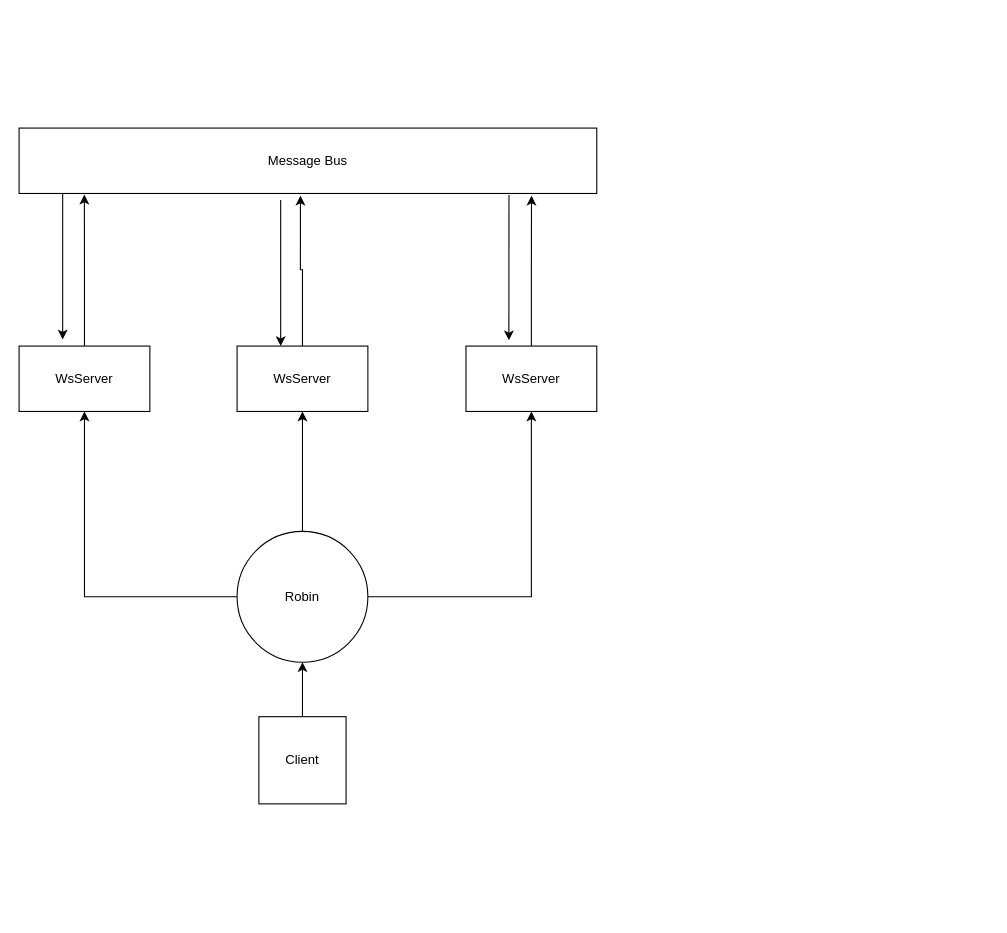
Above: Диаграмма без названия.drawio in Refreezer/diagrams (draw.io), before the change. Source tidied: cells renumbered, new cells numbered last; positions are measured from the earlier drawing's top-left corner, leaving out a move shared by most shapes. Both pictures are drawn from the tidied source at 109%, with x=0, y=0 at pixel (19, 128).
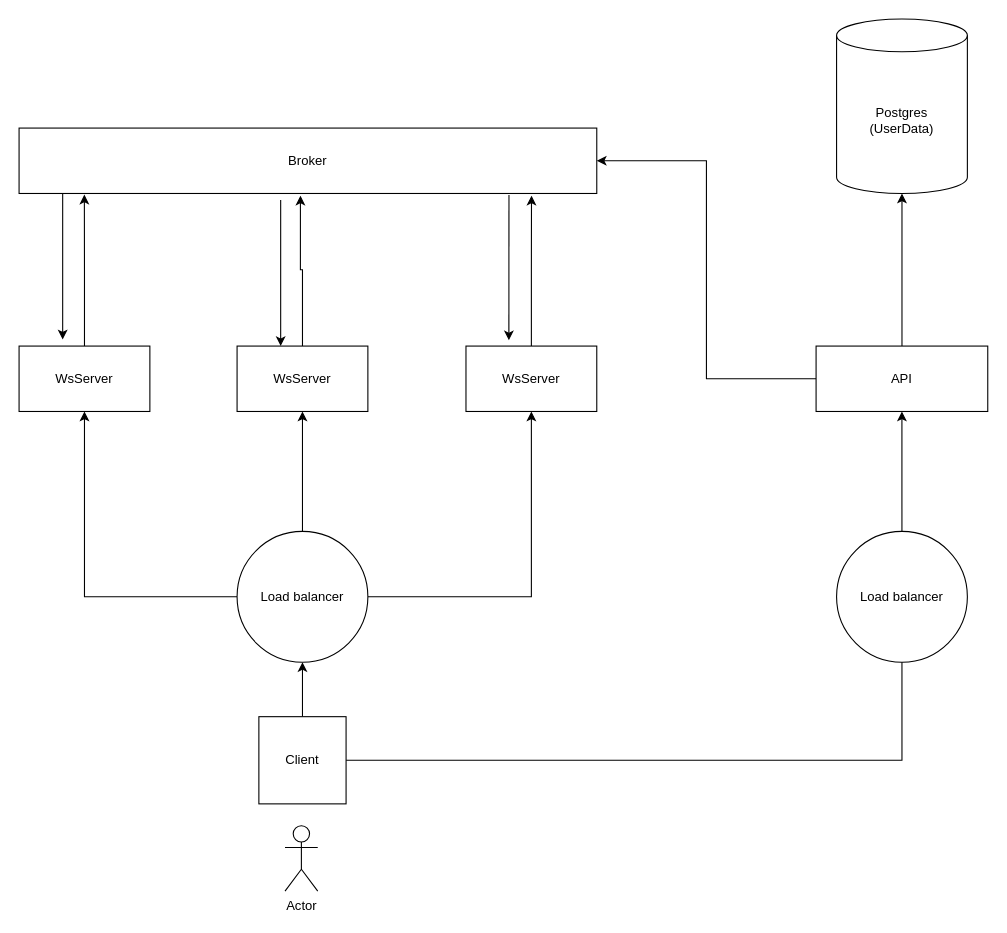
Above is the later version.

The change refers to these unchanged cells:
```xml
<mxCell id="6" value="Client" style="whiteSpace=wrap;html=1;" parent="1" vertex="1">
  <mxGeometry x="220" y="540" width="80" height="80" as="geometry" />
</mxCell>
```

Change to the diagram source:
```diff
@@
+    <mxCell id="18" style="edgeStyle=orthogonalEdgeStyle;rounded=0;jettySize=auto;html=1;entryX=1;entryY=0.5;entryDx=0;entryDy=0;" parent="1" edge="1" source="6" target="22">
+      <mxGeometry relative="1" as="geometry" />
+    </mxCell>
@@
-    <mxCell id="7" value="Message Bus" style="rounded=0;whiteSpace=wrap;html=1;" parent="1" vertex="1">
+    <mxCell id="7" value="Broker" style="rounded=0;whiteSpace=wrap;html=1;" parent="1" vertex="1">
       <mxGeometry width="530" height="60" as="geometry" />
     </mxCell>
@@
-    <mxCell id="17" value="Robin" style="ellipse;whiteSpace=wrap;html=1;" parent="1" vertex="1">
+    <mxCell id="17" value="Load balancer" style="ellipse;whiteSpace=wrap;html=1;" parent="1" vertex="1">
       <mxGeometry x="200" y="370" width="120" height="120" as="geometry" />
     </mxCell>
+    <mxCell id="19" value="Actor" style="shape=umlActor;verticalLabelPosition=bottom;verticalAlign=top;html=1;" parent="1" vertex="1">
+      <mxGeometry x="244" y="640" width="30" height="60" as="geometry" />
+    </mxCell>
+    <mxCell id="20" value="&lt;div&gt;Postgres&lt;/div&gt;&lt;div&gt;(UserData)&lt;br&gt;&lt;/div&gt;" style="shape=cylinder3;whiteSpace=wrap;html=1;boundedLbl=1;backgroundOutline=1;size=15;" parent="1" vertex="1">
+      <mxGeometry x="750" y="-100" width="120" height="160" as="geometry" />
+    </mxCell>
+    <mxCell id="21" style="edgeStyle=orthogonalEdgeStyle;rounded=0;jettySize=auto;html=1;entryX=1;entryY=0.5;entryDx=0;entryDy=0;" parent="1" edge="1" source="22" target="7">
+      <mxGeometry relative="1" as="geometry" />
+    </mxCell>
+    <mxCell id="22" value="API" style="whiteSpace=wrap;html=1;direction=south;" parent="1" vertex="1">
+      <mxGeometry x="731.2" y="200" width="157.5" height="60" as="geometry" />
+    </mxCell>
+    <mxCell id="23" style="edgeStyle=orthogonalEdgeStyle;rounded=0;jettySize=auto;html=1;entryX=0.5;entryY=1;entryDx=0;entryDy=0;entryPerimeter=0;" parent="1" edge="1" source="22" target="20">
+      <mxGeometry relative="1" as="geometry" />
+    </mxCell>
+    <mxCell id="24" value="Load balancer" style="ellipse;whiteSpace=wrap;html=1;" parent="1" vertex="1">
+      <mxGeometry x="750" y="370" width="120" height="120" as="geometry" />
+    </mxCell>
```
